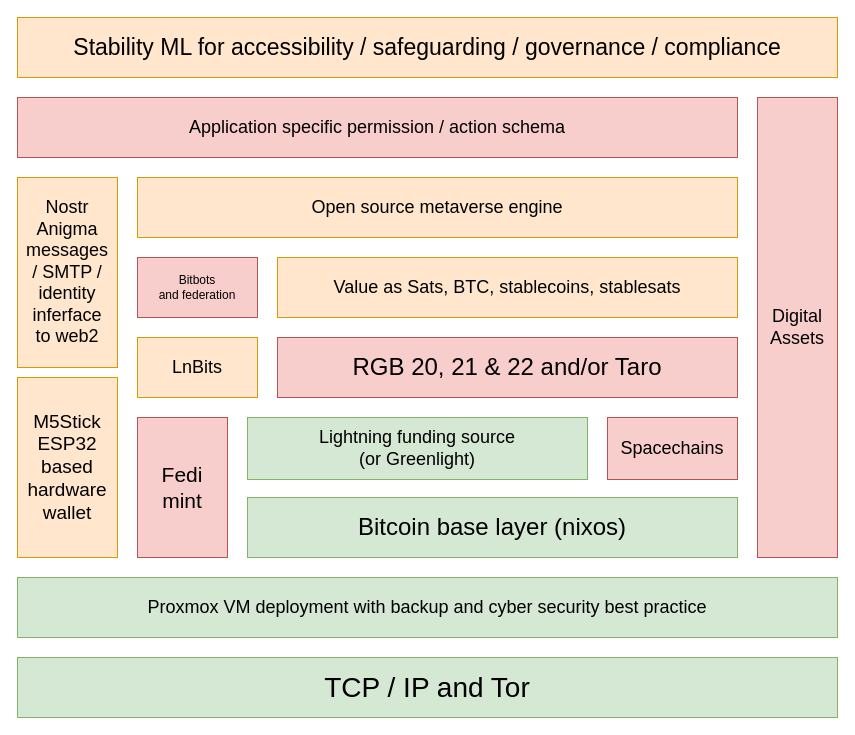
Above: Book/Images/HighLevelStack.drawio in jjohare/DigiSocConvergence (draw.io), before the change. Source tidied: cells renumbered, new cells numbered last; positions are measured from the earlier drawing's top-left corner, leaving out a move shared by most shapes. Both pictures are drawn from the tidied source at 100%, with x=0, y=0 at pixel (17, 17).
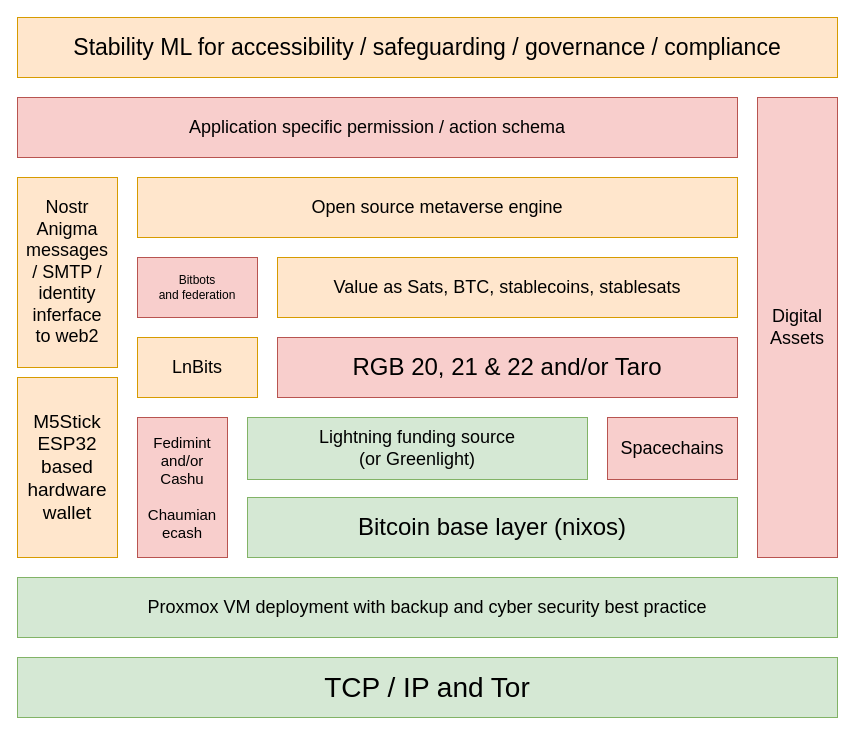
The same page after the edit.

What changed in the source:
```diff
@@
 <mxGraphModel>
   <root>
     <mxCell id="0" />
     <mxCell id="1" parent="0" />
     <mxCell id="2" value="&lt;font style=&quot;font-size: 18px&quot;&gt;Application specific permission / action schema&lt;br&gt;&lt;/font&gt;" style="rounded=0;whiteSpace=wrap;html=1;fillColor=#f8cecc;strokeColor=#b85450;" parent="1" vertex="1">
       <mxGeometry y="80" width="720" height="60" as="geometry" />
     </mxCell>
     <mxCell id="3" value="&lt;div&gt;Nostr&lt;/div&gt;&lt;div&gt;Anigma&lt;br&gt;&lt;/div&gt;&lt;div&gt;messages&lt;/div&gt;&lt;div&gt;/ SMTP /&lt;br&gt;&lt;/div&gt;&lt;div&gt;identity &lt;br&gt;&lt;/div&gt;&lt;div&gt;inferface&lt;/div&gt;&lt;div&gt;to web2&lt;br&gt;&lt;/div&gt;" style="rounded=0;whiteSpace=wrap;html=1;fontSize=18;fillColor=#ffe6cc;strokeColor=#d79b00;" parent="1" vertex="1">
       <mxGeometry y="160" width="100" height="190" as="geometry" />
     </mxCell>
     <mxCell id="4" value="LnBits" style="rounded=0;whiteSpace=wrap;html=1;fontSize=18;fillColor=#ffe6cc;strokeColor=#d79b00;" parent="1" vertex="1">
       <mxGeometry x="120" y="320" width="120" height="60" as="geometry" />
     </mxCell>
     <mxCell id="5" value="&lt;font style=&quot;font-size: 18px&quot;&gt;Open source metaverse engine&lt;/font&gt;" style="rounded=0;whiteSpace=wrap;html=1;fillColor=#ffe6cc;strokeColor=#d79b00;" parent="1" vertex="1">
       <mxGeometry x="120" y="160" width="600" height="60" as="geometry" />
     </mxCell>
     <mxCell id="6" value="&lt;font style=&quot;font-size: 18px&quot;&gt;Value as Sats, BTC, stablecoins, stablesats&lt;br&gt;&lt;/font&gt;" style="rounded=0;whiteSpace=wrap;html=1;fillColor=#ffe6cc;strokeColor=#d79b00;" parent="1" vertex="1">
       <mxGeometry x="260" y="240" width="460" height="60" as="geometry" />
     </mxCell>
     <mxCell id="7" value="&lt;font style=&quot;font-size: 24px;&quot;&gt;RGB 20, 21 &amp;amp; 22 and/or Taro&lt;br&gt;&lt;/font&gt;" style="rounded=0;whiteSpace=wrap;html=1;fillColor=#f8cecc;strokeColor=#b85450;" parent="1" vertex="1">
       <mxGeometry x="260" y="320" width="460" height="60" as="geometry" />
     </mxCell>
     <mxCell id="8" value="&lt;div&gt;&lt;font style=&quot;font-size: 18px&quot;&gt;Lightning funding source&lt;/font&gt;&lt;/div&gt;&lt;div&gt;&lt;font style=&quot;font-size: 18px&quot;&gt;(or Greenlight)&lt;br&gt; &lt;/font&gt;&lt;/div&gt;" style="rounded=0;whiteSpace=wrap;html=1;fillColor=#d5e8d4;strokeColor=#82b366;" parent="1" vertex="1">
       <mxGeometry x="230" y="400" width="340" height="62" as="geometry" />
     </mxCell>
     <mxCell id="9" value="&lt;font style=&quot;font-size: 24px&quot;&gt;Bitcoin base layer (nixos)&lt;br&gt;&lt;/font&gt;" style="rounded=0;whiteSpace=wrap;html=1;fillColor=#d5e8d4;strokeColor=#82b366;" parent="1" vertex="1">
       <mxGeometry x="230" y="480" width="490" height="60" as="geometry" />
     </mxCell>
     <mxCell id="10" value="&lt;font style=&quot;font-size: 18px&quot;&gt;Proxmox VM deployment with backup and cyber security best practice&lt;/font&gt;" style="rounded=0;whiteSpace=wrap;html=1;fillColor=#d5e8d4;strokeColor=#82b366;" parent="1" vertex="1">
       <mxGeometry y="560" width="820" height="60" as="geometry" />
     </mxCell>
     <mxCell id="11" value="&lt;div&gt;Digital&lt;br&gt;&lt;/div&gt;&lt;div&gt;Assets&lt;/div&gt;" style="rounded=0;whiteSpace=wrap;html=1;fontSize=18;fillColor=#f8cecc;strokeColor=#b85450;" parent="1" vertex="1">
       <mxGeometry x="740" y="80" width="80" height="460" as="geometry" />
     </mxCell>
     <mxCell id="12" value="&lt;font style=&quot;font-size: 18px;&quot;&gt;Spacechains&lt;/font&gt;" style="rounded=0;whiteSpace=wrap;html=1;fillColor=#f8cecc;strokeColor=#b85450;" parent="1" vertex="1">
       <mxGeometry x="590" y="400" width="130" height="62" as="geometry" />
     </mxCell>
     <mxCell id="13" value="&lt;font style=&quot;font-size: 23px;&quot;&gt;Stability ML for accessibility / safeguarding / governance / compliance&lt;br&gt;&lt;/font&gt;" style="rounded=0;whiteSpace=wrap;html=1;fillColor=#ffe6cc;strokeColor=#d79b00;" parent="1" vertex="1">
       <mxGeometry width="820" height="60" as="geometry" />
     </mxCell>
     <mxCell id="14" value="&lt;font style=&quot;font-size: 28px;&quot;&gt;TCP / IP and Tor&lt;br&gt;&lt;/font&gt;" style="rounded=0;whiteSpace=wrap;html=1;fillColor=#d5e8d4;strokeColor=#82b366;" parent="1" vertex="1">
       <mxGeometry y="640" width="820" height="60" as="geometry" />
     </mxCell>
-    <mxCell id="15" value="&lt;div style=&quot;font-size: 21px;&quot;&gt;&lt;font style=&quot;font-size: 21px;&quot;&gt;Fedi&lt;/font&gt;&lt;/div&gt;&lt;div style=&quot;font-size: 21px;&quot;&gt;&lt;font style=&quot;font-size: 21px;&quot;&gt;mint&lt;/font&gt;&lt;/div&gt;" style="rounded=0;whiteSpace=wrap;html=1;fillColor=#f8cecc;strokeColor=#b85450;" parent="1" vertex="1">
+    <mxCell id="15" value="&lt;div style=&quot;font-size: 15px;&quot;&gt;&lt;font style=&quot;font-size: 15px;&quot;&gt;Fedimint&lt;/font&gt;&lt;/div&gt;&lt;div style=&quot;font-size: 15px;&quot;&gt;&lt;font style=&quot;font-size: 15px;&quot;&gt;and/or&lt;/font&gt;&lt;/div&gt;&lt;div style=&quot;font-size: 15px;&quot;&gt;&lt;font style=&quot;font-size: 15px;&quot;&gt;Cashu&lt;/font&gt;&lt;/div&gt;&lt;div style=&quot;font-size: 15px;&quot;&gt;&lt;font style=&quot;font-size: 15px;&quot;&gt;&lt;br&gt;&lt;/font&gt;&lt;/div&gt;&lt;div style=&quot;font-size: 15px;&quot;&gt;&lt;font style=&quot;font-size: 15px;&quot;&gt;Chaumian&lt;/font&gt;&lt;/div&gt;&lt;div style=&quot;font-size: 15px;&quot;&gt;&lt;font style=&quot;font-size: 15px;&quot;&gt;ecash&lt;br&gt;&lt;/font&gt;&lt;/div&gt;" style="rounded=0;whiteSpace=wrap;html=1;fillColor=#f8cecc;strokeColor=#b85450;" parent="1" vertex="1">
       <mxGeometry x="120" y="400" width="90" height="140" as="geometry" />
     </mxCell>
     <mxCell id="16" value="&lt;div&gt;Bitbots&lt;/div&gt;&lt;div&gt;and federation&lt;br&gt;&lt;/div&gt;" style="rounded=0;whiteSpace=wrap;html=1;fillColor=#f8cecc;strokeColor=#b85450;" parent="1" vertex="1">
       <mxGeometry x="120" y="240" width="120" height="60" as="geometry" />
     </mxCell>
     <mxCell id="17" value="&lt;h3 style=&quot;font-size: 19px;&quot; class=&quot;ud-feature-title&quot;&gt;&lt;span style=&quot;font-weight: normal;&quot;&gt;M5Stick ESP32&lt;/span&gt; &lt;span style=&quot;font-weight: normal;&quot;&gt;based hardware wallet&lt;/span&gt;&lt;br&gt;&lt;/h3&gt;" style="rounded=0;whiteSpace=wrap;html=1;fontSize=18;fillColor=#ffe6cc;strokeColor=#d79b00;" parent="1" vertex="1">
       <mxGeometry y="360" width="100" height="180" as="geometry" />
     </mxCell>
   </root>
 </mxGraphModel>
```
